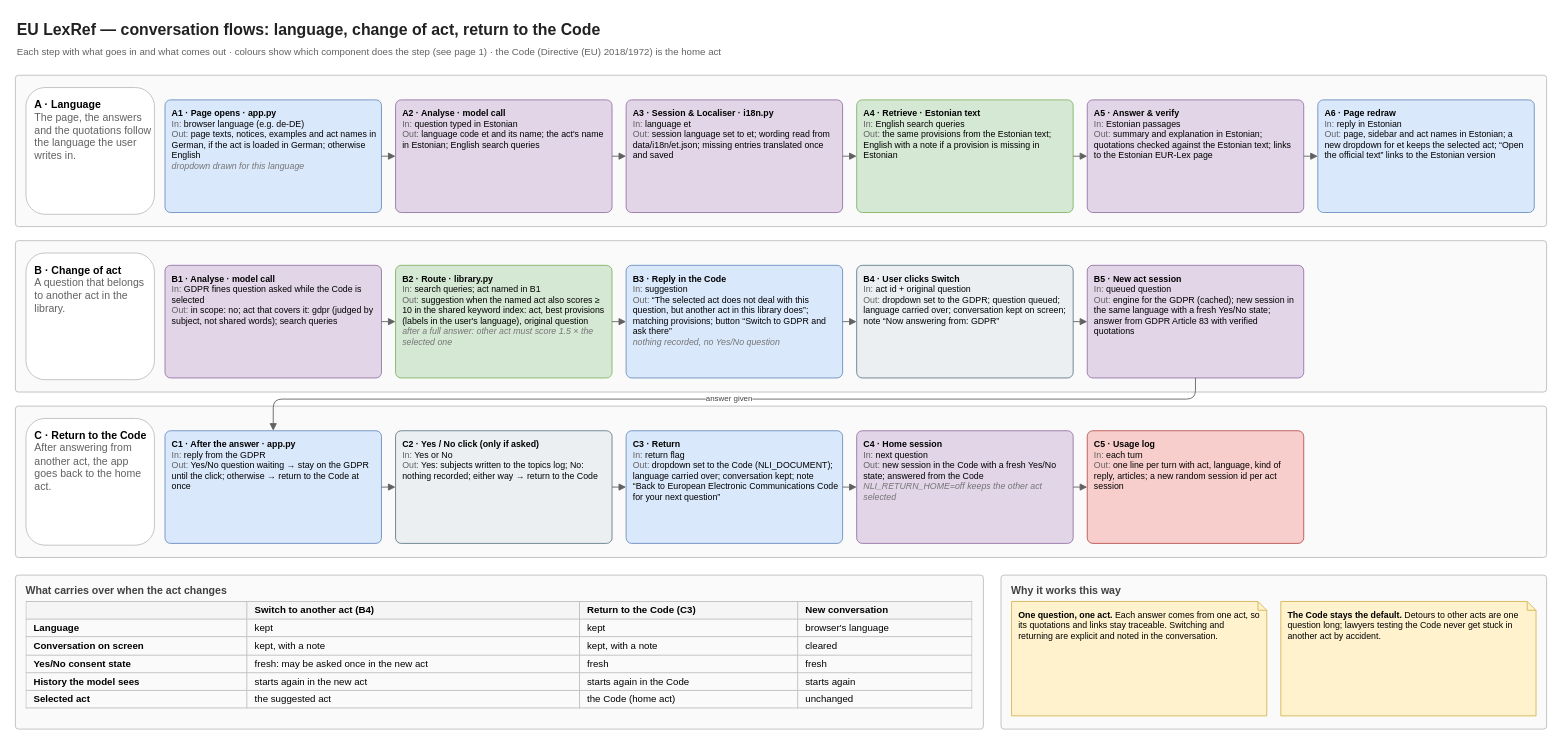
This is page "3 · Language, act switch and return" (3 of 3) of architecture/eu-law-assistant-architecture.drawio from abellouisr/eu-law-assistant, a draw.io file, before an edit. Source tidied: cells renumbered, new cells numbered last; positions are measured from the earlier drawing's top-left corner, leaving out a move shared by most shapes. Both pictures are drawn from the tidied source at 88%, with x=0, y=0 at pixel (15, 15).
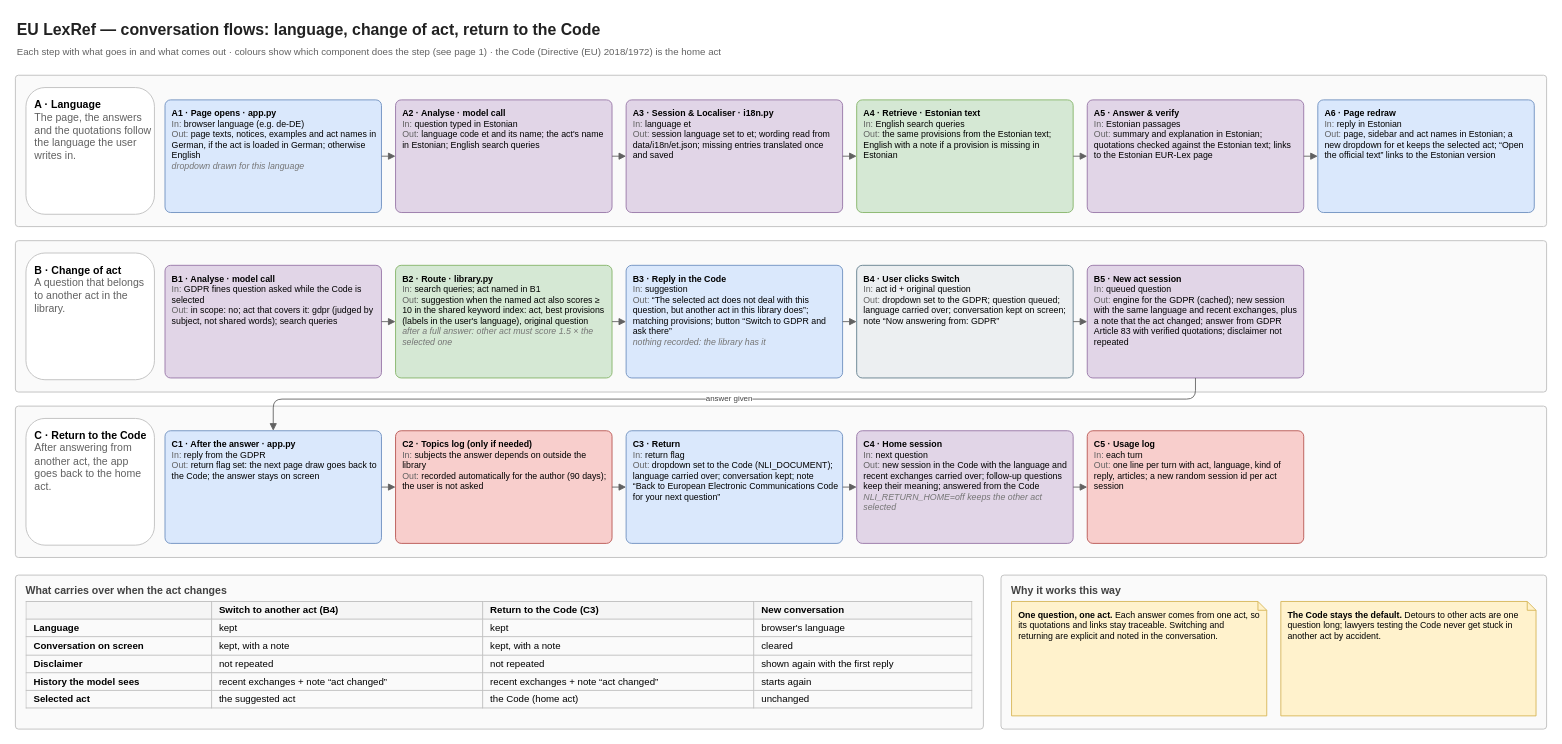
The same diagram, later.

Commit message (it also covers changes not shown here):
Update the architecture diagram: login acknowledgement, disclaimer once, automatic topics log, follow-up offers, carried conversation, new UI

Diff of the diagram source:
```diff
@@
-    <mxCell id="21" value="&lt;b&gt;B3 · Reply in the Code&lt;/b&gt;&lt;br&gt;&lt;font color='#616161'&gt;In:&lt;/font&gt; suggestion&lt;br&gt;&lt;font color='#616161'&gt;Out:&lt;/font&gt; “The selected act does not deal with this question, but another act in this library does”; matching provisions; button “Switch to GDPR and ask there”&lt;br&gt;&lt;i&gt;&lt;font color='#757575'&gt;nothing recorded, no Yes/No question&lt;/font&gt;&lt;/i&gt;" style="rounded=1;whiteSpace=wrap;html=1;fontSize=10;align=left;verticalAlign=top;spacingLeft=6;spacingRight=4;spacingTop=3;arcSize=5;fontFamily=Helvetica;fillColor=#DAE8FC;strokeColor=#6C8EBF;" parent="1" vertex="1">
+    <mxCell id="21" value="&lt;b&gt;B3 · Reply in the Code&lt;/b&gt;&lt;br&gt;&lt;font color='#616161'&gt;In:&lt;/font&gt; suggestion&lt;br&gt;&lt;font color='#616161'&gt;Out:&lt;/font&gt; “The selected act does not deal with this question, but another act in this library does”; matching provisions; button “Switch to GDPR and ask there”&lt;br&gt;&lt;i&gt;&lt;font color='#757575'&gt;nothing recorded: the library has it&lt;/font&gt;&lt;/i&gt;" style="rounded=1;whiteSpace=wrap;html=1;fontSize=10;align=left;verticalAlign=top;spacingLeft=6;spacingRight=4;spacingTop=3;arcSize=5;fontFamily=Helvetica;fillColor=#DAE8FC;strokeColor=#6C8EBF;" parent="1" vertex="1">
       <mxGeometry x="694" y="284" width="246" height="128" as="geometry" />
     </mxCell>
@@
-    <mxCell id="23" value="&lt;b&gt;B5 · New act session&lt;/b&gt;&lt;br&gt;&lt;font color='#616161'&gt;In:&lt;/font&gt; queued question&lt;br&gt;&lt;font color='#616161'&gt;Out:&lt;/font&gt; engine for the GDPR (cached); new session in the same language with a fresh Yes/No state; answer from GDPR Article 83 with verified quotations" style="rounded=1;whiteSpace=wrap;html=1;fontSize=10;align=left;verticalAlign=top;spacingLeft=6;spacingRight=4;spacingTop=3;arcSize=5;fontFamily=Helvetica;fillColor=#E1D5E7;strokeColor=#9673A6;" parent="1" vertex="1">
+    <mxCell id="23" value="&lt;b&gt;B5 · New act session&lt;/b&gt;&lt;br&gt;&lt;font color='#616161'&gt;In:&lt;/font&gt; queued question&lt;br&gt;&lt;font color='#616161'&gt;Out:&lt;/font&gt; engine for the GDPR (cached); new session with the same language and recent exchanges, plus a note that the act changed; answer from GDPR Article 83 with verified quotations; disclaimer not repeated" style="rounded=1;whiteSpace=wrap;html=1;fontSize=10;align=left;verticalAlign=top;spacingLeft=6;spacingRight=4;spacingTop=3;arcSize=5;fontFamily=Helvetica;fillColor=#E1D5E7;strokeColor=#9673A6;" parent="1" vertex="1">
       <mxGeometry x="1218" y="284" width="246" height="128" as="geometry" />
     </mxCell>
@@
-    <mxCell id="30" value="&lt;b&gt;C1 · After the answer · app.py&lt;/b&gt;&lt;br&gt;&lt;font color='#616161'&gt;In:&lt;/font&gt; reply from the GDPR&lt;br&gt;&lt;font color='#616161'&gt;Out:&lt;/font&gt; Yes/No question waiting → stay on the GDPR until the click; otherwise → return to the Code at once" style="rounded=1;whiteSpace=wrap;html=1;fontSize=10;align=left;verticalAlign=top;spacingLeft=6;spacingRight=4;spacingTop=3;arcSize=5;fontFamily=Helvetica;fillColor=#DAE8FC;strokeColor=#6C8EBF;" parent="1" vertex="1">
+    <mxCell id="30" value="&lt;b&gt;C1 · After the answer · app.py&lt;/b&gt;&lt;br&gt;&lt;font color='#616161'&gt;In:&lt;/font&gt; reply from the GDPR&lt;br&gt;&lt;font color='#616161'&gt;Out:&lt;/font&gt; return flag set: the next page draw goes back to the Code; the answer stays on screen" style="rounded=1;whiteSpace=wrap;html=1;fontSize=10;align=left;verticalAlign=top;spacingLeft=6;spacingRight=4;spacingTop=3;arcSize=5;fontFamily=Helvetica;fillColor=#DAE8FC;strokeColor=#6C8EBF;" parent="1" vertex="1">
       <mxGeometry x="170" y="472" width="246" height="128" as="geometry" />
     </mxCell>
-    <mxCell id="31" value="&lt;b&gt;C2 · Yes / No click (only if asked)&lt;/b&gt;&lt;br&gt;&lt;font color='#616161'&gt;In:&lt;/font&gt; Yes or No&lt;br&gt;&lt;font color='#616161'&gt;Out:&lt;/font&gt; Yes: subjects written to the topics log; No: nothing recorded; either way → return to the Code" style="rounded=1;whiteSpace=wrap;html=1;fontSize=10;align=left;verticalAlign=top;spacingLeft=6;spacingRight=4;spacingTop=3;arcSize=5;fontFamily=Helvetica;fillColor=#ECEFF1;strokeColor=#607D8B;" parent="1" vertex="1">
+    <mxCell id="31" value="&lt;b&gt;C2 · Topics log (only if needed)&lt;/b&gt;&lt;br&gt;&lt;font color='#616161'&gt;In:&lt;/font&gt; subjects the answer depends on outside the library&lt;br&gt;&lt;font color='#616161'&gt;Out:&lt;/font&gt; recorded automatically for the author (90 days); the user is not asked" style="rounded=1;whiteSpace=wrap;html=1;fontSize=10;align=left;verticalAlign=top;spacingLeft=6;spacingRight=4;spacingTop=3;arcSize=5;fontFamily=Helvetica;fillColor=#F8CECC;strokeColor=#B85450;" parent="1" vertex="1">
       <mxGeometry x="432" y="472" width="246" height="128" as="geometry" />
     </mxCell>
@@
-    <mxCell id="33" value="&lt;b&gt;C4 · Home session&lt;/b&gt;&lt;br&gt;&lt;font color='#616161'&gt;In:&lt;/font&gt; next question&lt;br&gt;&lt;font color='#616161'&gt;Out:&lt;/font&gt; new session in the Code with a fresh Yes/No state; answered from the Code&lt;br&gt;&lt;i&gt;&lt;font color='#757575'&gt;NLI_RETURN_HOME=off keeps the other act selected&lt;/font&gt;&lt;/i&gt;" style="rounded=1;whiteSpace=wrap;html=1;fontSize=10;align=left;verticalAlign=top;spacingLeft=6;spacingRight=4;spacingTop=3;arcSize=5;fontFamily=Helvetica;fillColor=#E1D5E7;strokeColor=#9673A6;" parent="1" vertex="1">
+    <mxCell id="33" value="&lt;b&gt;C4 · Home session&lt;/b&gt;&lt;br&gt;&lt;font color='#616161'&gt;In:&lt;/font&gt; next question&lt;br&gt;&lt;font color='#616161'&gt;Out:&lt;/font&gt; new session in the Code with the language and recent exchanges carried over; follow-up questions keep their meaning; answered from the Code&lt;br&gt;&lt;i&gt;&lt;font color='#757575'&gt;NLI_RETURN_HOME=off keeps the other act selected&lt;/font&gt;&lt;/i&gt;" style="rounded=1;whiteSpace=wrap;html=1;fontSize=10;align=left;verticalAlign=top;spacingLeft=6;spacingRight=4;spacingTop=3;arcSize=5;fontFamily=Helvetica;fillColor=#E1D5E7;strokeColor=#9673A6;" parent="1" vertex="1">
       <mxGeometry x="956" y="472" width="246" height="128" as="geometry" />
     </mxCell>
@@
-    <mxCell id="41" value="&lt;table style='border-collapse:collapse;font-size:11px;width:100%'&gt;&lt;tr&gt;&lt;th style='border:1px solid #BDBDBD;padding:3px 8px;text-align:left;background:#F5F5F5'&gt;&lt;/th&gt;&lt;th style='border:1px solid #BDBDBD;padding:3px 8px;text-align:left;background:#F5F5F5'&gt;Switch to another act (B4)&lt;/th&gt;&lt;th style='border:1px solid #BDBDBD;padding:3px 8px;text-align:left;background:#F5F5F5'&gt;Return to the Code (C3)&lt;/th&gt;&lt;th style='border:1px solid #BDBDBD;padding:3px 8px;text-align:left;background:#F5F5F5'&gt;New conversation&lt;/th&gt;&lt;/tr&gt;&lt;tr&gt;&lt;td style='border:1px solid #BDBDBD;padding:3px 8px;text-align:left;'&gt;&lt;b&gt;Language&lt;/b&gt;&lt;/td&gt;&lt;td style='border:1px solid #BDBDBD;padding:3px 8px;text-align:left;'&gt;kept&lt;/td&gt;&lt;td style='border:1px solid #BDBDBD;padding:3px 8px;text-align:left;'&gt;kept&lt;/td&gt;&lt;td style='border:1px solid #BDBDBD;padding:3px 8px;text-align:left;'&gt;browser's language&lt;/td&gt;&lt;/tr&gt;&lt;tr&gt;&lt;td style='border:1px solid #BDBDBD;padding:3px 8px;text-align:left;'&gt;&lt;b&gt;Conversation on screen&lt;/b&gt;&lt;/td&gt;&lt;td style='border:1px solid #BDBDBD;padding:3px 8px;text-align:left;'&gt;kept, with a note&lt;/td&gt;&lt;td style='border:1px solid #BDBDBD;padding:3px 8px;text-align:left;'&gt;kept, with a note&lt;/td&gt;&lt;td style='border:1px solid #BDBDBD;padding:3px 8px;text-align:left;'&gt;cleared&lt;/td&gt;&lt;/tr&gt;&lt;tr&gt;&lt;td style='border:1px solid #BDBDBD;padding:3px 8px;text-align:left;'&gt;&lt;b&gt;Yes/No consent state&lt;/b&gt;&lt;/td&gt;&lt;td style='border:1px solid #BDBDBD;padding:3px 8px;text-align:left;'&gt;fresh: may be asked once in the new act&lt;/td&gt;&lt;td style='border:1px solid #BDBDBD;padding:3px 8px;text-align:left;'&gt;fresh&lt;/td&gt;&lt;td style='border:1px solid #BDBDBD;padding:3px 8px;text-align:left;'&gt;fresh&lt;/td&gt;&lt;/tr&gt;&lt;tr&gt;&lt;td style='border:1px solid #BDBDBD;padding:3px 8px;text-align:left;'&gt;&lt;b&gt;History the model sees&lt;/b&gt;&lt;/td&gt;&lt;td style='border:1px solid #BDBDBD;padding:3px 8px;text-align:left;'&gt;starts again in the new act&lt;/td&gt;&lt;td style='border:1px solid #BDBDBD;padding:3px 8px;text-align:left;'&gt;starts again in the Code&lt;/td&gt;&lt;td style='border:1px solid #BDBDBD;padding:3px 8px;text-align:left;'&gt;starts again&lt;/td&gt;&lt;/tr&gt;&lt;tr&gt;&lt;td style='border:1px solid #BDBDBD;padding:3px 8px;text-align:left;'&gt;&lt;b&gt;Selected act&lt;/b&gt;&lt;/td&gt;&lt;td style='border:1px solid #BDBDBD;padding:3px 8px;text-align:left;'&gt;the suggested act&lt;/td&gt;&lt;td style='border:1px solid #BDBDBD;padding:3px 8px;text-align:left;'&gt;the Code (home act)&lt;/td&gt;&lt;td style='border:1px solid #BDBDBD;padding:3px 8px;text-align:left;'&gt;unchanged&lt;/td&gt;&lt;/tr&gt;&lt;/table&gt;" style="text;html=1;whiteSpace=wrap;align=left;verticalAlign=top;overflow=fill;" parent="1" vertex="1">
+    <mxCell id="41" value="&lt;table style='border-collapse:collapse;font-size:11px;width:100%'&gt;&lt;tr&gt;&lt;th style='border:1px solid #BDBDBD;padding:3px 8px;text-align:left;background:#F5F5F5'&gt;&lt;/th&gt;&lt;th style='border:1px solid #BDBDBD;padding:3px 8px;text-align:left;background:#F5F5F5'&gt;Switch to another act (B4)&lt;/th&gt;&lt;th style='border:1px solid #BDBDBD;padding:3px 8px;text-align:left;background:#F5F5F5'&gt;Return to the Code (C3)&lt;/th&gt;&lt;th style='border:1px solid #BDBDBD;padding:3px 8px;text-align:left;background:#F5F5F5'&gt;New conversation&lt;/th&gt;&lt;/tr&gt;&lt;tr&gt;&lt;td style='border:1px solid #BDBDBD;padding:3px 8px;text-align:left;'&gt;&lt;b&gt;Language&lt;/b&gt;&lt;/td&gt;&lt;td style='border:1px solid #BDBDBD;padding:3px 8px;text-align:left;'&gt;kept&lt;/td&gt;&lt;td style='border:1px solid #BDBDBD;padding:3px 8px;text-align:left;'&gt;kept&lt;/td&gt;&lt;td style='border:1px solid #BDBDBD;padding:3px 8px;text-align:left;'&gt;browser's language&lt;/td&gt;&lt;/tr&gt;&lt;tr&gt;&lt;td style='border:1px solid #BDBDBD;padding:3px 8px;text-align:left;'&gt;&lt;b&gt;Conversation on screen&lt;/b&gt;&lt;/td&gt;&lt;td style='border:1px solid #BDBDBD;padding:3px 8px;text-align:left;'&gt;kept, with a note&lt;/td&gt;&lt;td style='border:1px solid #BDBDBD;padding:3px 8px;text-align:left;'&gt;kept, with a note&lt;/td&gt;&lt;td style='border:1px solid #BDBDBD;padding:3px 8px;text-align:left;'&gt;cleared&lt;/td&gt;&lt;/tr&gt;&lt;tr&gt;&lt;td style='border:1px solid #BDBDBD;padding:3px 8px;text-align:left;'&gt;&lt;b&gt;Disclaimer&lt;/b&gt;&lt;/td&gt;&lt;td style='border:1px solid #BDBDBD;padding:3px 8px;text-align:left;'&gt;not repeated&lt;/td&gt;&lt;td style='border:1px solid #BDBDBD;padding:3px 8px;text-align:left;'&gt;not repeated&lt;/td&gt;&lt;td style='border:1px solid #BDBDBD;padding:3px 8px;text-align:left;'&gt;shown again with the first reply&lt;/td&gt;&lt;/tr&gt;&lt;tr&gt;&lt;td style='border:1px solid #BDBDBD;padding:3px 8px;text-align:left;'&gt;&lt;b&gt;History the model sees&lt;/b&gt;&lt;/td&gt;&lt;td style='border:1px solid #BDBDBD;padding:3px 8px;text-align:left;'&gt;recent exchanges + note “act changed”&lt;/td&gt;&lt;td style='border:1px solid #BDBDBD;padding:3px 8px;text-align:left;'&gt;recent exchanges + note “act changed”&lt;/td&gt;&lt;td style='border:1px solid #BDBDBD;padding:3px 8px;text-align:left;'&gt;starts again&lt;/td&gt;&lt;/tr&gt;&lt;tr&gt;&lt;td style='border:1px solid #BDBDBD;padding:3px 8px;text-align:left;'&gt;&lt;b&gt;Selected act&lt;/b&gt;&lt;/td&gt;&lt;td style='border:1px solid #BDBDBD;padding:3px 8px;text-align:left;'&gt;the suggested act&lt;/td&gt;&lt;td style='border:1px solid #BDBDBD;padding:3px 8px;text-align:left;'&gt;the Code (home act)&lt;/td&gt;&lt;td style='border:1px solid #BDBDBD;padding:3px 8px;text-align:left;'&gt;unchanged&lt;/td&gt;&lt;/tr&gt;&lt;/table&gt;" style="text;html=1;whiteSpace=wrap;align=left;verticalAlign=top;overflow=fill;" parent="1" vertex="1">
       <mxGeometry x="12" y="666" width="1076" height="135" as="geometry" />
     </mxCell>
```
